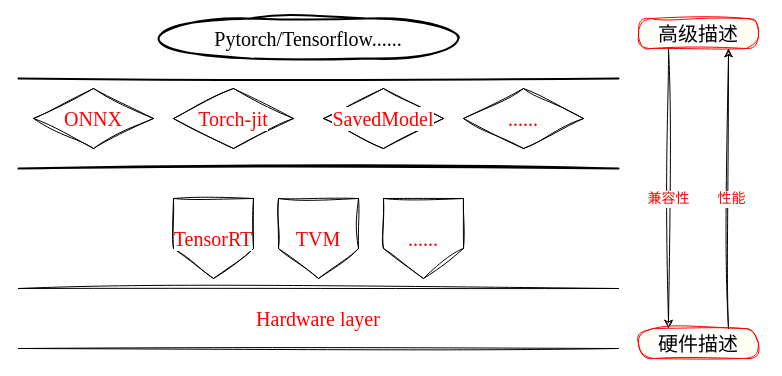
This is page "Page-10" (10 of 16) of Untitled Diagram.drawio from fangwater/Config, a draw.io file, before an edit. Source tidied: cells renumbered, new cells numbered last; positions are measured from the earlier drawing's top-left corner, leaving out a move shared by most shapes. Both pictures are drawn from the tidied source at 100%, with x=0, y=0 at pixel (18, 18).
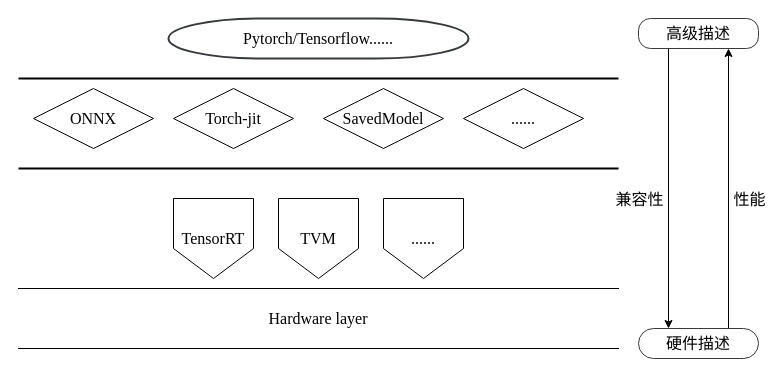
The same diagram, later.

Change to the diagram source:
```diff
@@
-    <mxCell id="2" value="Pytorch/Tensorflow......" style="strokeWidth=2;html=1;shape=mxgraph.flowchart.terminator;whiteSpace=wrap;labelBackgroundColor=#FFFFFF;sketch=1;hachureGap=4;jiggle=2;curveFitting=1;fontFamily=Times New Roman;fontSize=20;fontColor=#000000;" parent="1" vertex="1">
-      <mxGeometry x="140" width="300" height="40" as="geometry" />
+    <mxCell id="2" value="Pytorch/Tensorflow......" style="strokeWidth=2;html=1;shape=mxgraph.flowchart.terminator;whiteSpace=wrap;labelBackgroundColor=none;hachureGap=4;fontFamily=Times New Roman;fontSize=16;fillColor=none;strokeColor=#36393d;labelBorderColor=none;shadow=0;" parent="1" vertex="1">
+      <mxGeometry x="150" width="300" height="40" as="geometry" />
     </mxCell>
-    <mxCell id="3" value="ONNX" style="shape=rhombus;perimeter=rhombusPerimeter;whiteSpace=wrap;html=1;align=center;labelBackgroundColor=#FFFFFF;sketch=1;hachureGap=4;jiggle=2;curveFitting=1;fontFamily=Times New Roman;fontSize=20;fontColor=#FF0000;" parent="1" vertex="1">
+    <mxCell id="3" value="ONNX" style="shape=rhombus;perimeter=rhombusPerimeter;whiteSpace=wrap;html=1;align=center;labelBackgroundColor=none;hachureGap=4;fontFamily=Times New Roman;fontSize=16;fontColor=default;labelBorderColor=none;" parent="1" vertex="1">
       <mxGeometry x="15" y="70" width="120" height="60" as="geometry" />
     </mxCell>
-    <mxCell id="4" value="Torch-jit" style="shape=rhombus;perimeter=rhombusPerimeter;whiteSpace=wrap;html=1;align=center;labelBackgroundColor=#FFFFFF;sketch=1;hachureGap=4;jiggle=2;curveFitting=1;fontFamily=Times New Roman;fontSize=20;fontColor=#FF0000;" parent="1" vertex="1">
+    <mxCell id="4" value="Torch-jit" style="shape=rhombus;perimeter=rhombusPerimeter;whiteSpace=wrap;html=1;align=center;labelBackgroundColor=none;hachureGap=4;fontFamily=Times New Roman;fontSize=16;fontColor=default;labelBorderColor=none;" parent="1" vertex="1">
       <mxGeometry x="155" y="70" width="120" height="60" as="geometry" />
     </mxCell>
-    <mxCell id="5" value="SavedModel" style="shape=rhombus;perimeter=rhombusPerimeter;whiteSpace=wrap;html=1;align=center;labelBackgroundColor=#FFFFFF;sketch=1;hachureGap=4;jiggle=2;curveFitting=1;fontFamily=Times New Roman;fontSize=20;fontColor=#FF0000;" parent="1" vertex="1">
+    <mxCell id="5" value="SavedModel" style="shape=rhombus;perimeter=rhombusPerimeter;whiteSpace=wrap;html=1;align=center;labelBackgroundColor=none;hachureGap=4;fontFamily=Times New Roman;fontSize=16;fontColor=default;labelBorderColor=none;" parent="1" vertex="1">
       <mxGeometry x="305" y="70" width="120" height="60" as="geometry" />
     </mxCell>
-    <mxCell id="6" value="......" style="shape=rhombus;perimeter=rhombusPerimeter;whiteSpace=wrap;html=1;align=center;labelBackgroundColor=#FFFFFF;sketch=1;hachureGap=4;jiggle=2;curveFitting=1;fontFamily=Times New Roman;fontSize=20;fontColor=#FF0000;" parent="1" vertex="1">
+    <mxCell id="6" value="......" style="shape=rhombus;perimeter=rhombusPerimeter;whiteSpace=wrap;html=1;align=center;labelBackgroundColor=none;hachureGap=4;fontFamily=Times New Roman;fontSize=16;fontColor=default;labelBorderColor=none;" parent="1" vertex="1">
       <mxGeometry x="445" y="70" width="120" height="60" as="geometry" />
     </mxCell>
-    <mxCell id="7" style="line;strokeWidth=2;html=1;labelBackgroundColor=#FFFFFF;sketch=1;hachureGap=4;jiggle=2;curveFitting=1;fontFamily=Times New Roman;fontSize=20;fontColor=#FF0000;" parent="1" vertex="1">
+    <mxCell id="7" style="line;strokeWidth=2;html=1;labelBackgroundColor=none;hachureGap=4;fontFamily=Times New Roman;fontSize=16;fontColor=default;labelBorderColor=none;" parent="1" vertex="1">
       <mxGeometry y="120" width="600" height="60" as="geometry" />
     </mxCell>
-    <mxCell id="8" style="line;strokeWidth=2;html=1;labelBackgroundColor=#FFFFFF;sketch=1;hachureGap=4;jiggle=2;curveFitting=1;fontFamily=Times New Roman;fontSize=20;fontColor=#FF0000;" parent="1" vertex="1">
+    <mxCell id="8" style="line;strokeWidth=2;html=1;labelBackgroundColor=none;hachureGap=4;fontFamily=Times New Roman;fontSize=16;fontColor=default;labelBorderColor=none;" parent="1" vertex="1">
       <mxGeometry y="30" width="600" height="60" as="geometry" />
     </mxCell>
-    <mxCell id="9" value="Hardware layer" style="shape=partialRectangle;whiteSpace=wrap;html=1;left=0;right=0;fillColor=none;labelBackgroundColor=#FFFFFF;sketch=1;hachureGap=4;jiggle=2;curveFitting=1;fontFamily=Times New Roman;fontSize=20;fontColor=#FF0000;" parent="1" vertex="1">
+    <mxCell id="9" value="Hardware layer" style="shape=partialRectangle;whiteSpace=wrap;html=1;left=0;right=0;fillColor=none;labelBackgroundColor=none;hachureGap=4;fontFamily=Times New Roman;fontSize=16;fontColor=default;labelBorderColor=none;" parent="1" vertex="1">
       <mxGeometry y="270" width="600" height="60" as="geometry" />
     </mxCell>
-    <mxCell id="10" value="TensorRT" style="shape=offPageConnector;whiteSpace=wrap;html=1;labelBackgroundColor=#FFFFFF;sketch=1;hachureGap=4;jiggle=2;curveFitting=1;fontFamily=Times New Roman;fontSize=20;fontColor=#FF0000;" parent="1" vertex="1">
+    <mxCell id="10" value="TensorRT" style="shape=offPageConnector;whiteSpace=wrap;html=1;labelBackgroundColor=none;hachureGap=4;fontFamily=Times New Roman;fontSize=16;fontColor=default;labelBorderColor=none;" parent="1" vertex="1">
       <mxGeometry x="155" y="180" width="80" height="80" as="geometry" />
     </mxCell>
-    <mxCell id="11" value="TVM" style="shape=offPageConnector;whiteSpace=wrap;html=1;labelBackgroundColor=#FFFFFF;sketch=1;hachureGap=4;jiggle=2;curveFitting=1;fontFamily=Times New Roman;fontSize=20;fontColor=#FF0000;" parent="1" vertex="1">
+    <mxCell id="11" value="TVM" style="shape=offPageConnector;whiteSpace=wrap;html=1;labelBackgroundColor=none;hachureGap=4;fontFamily=Times New Roman;fontSize=16;fontColor=default;labelBorderColor=none;" parent="1" vertex="1">
       <mxGeometry x="260" y="180" width="80" height="80" as="geometry" />
     </mxCell>
-    <mxCell id="12" value="......" style="shape=offPageConnector;whiteSpace=wrap;html=1;labelBackgroundColor=#FFFFFF;sketch=1;hachureGap=4;jiggle=2;curveFitting=1;fontFamily=Times New Roman;fontSize=20;fontColor=#FF0000;" parent="1" vertex="1">
+    <mxCell id="12" value="......" style="shape=offPageConnector;whiteSpace=wrap;html=1;labelBackgroundColor=none;hachureGap=4;fontFamily=Times New Roman;fontSize=16;fontColor=default;labelBorderColor=none;rounded=0;" parent="1" vertex="1">
       <mxGeometry x="365" y="180" width="80" height="80" as="geometry" />
     </mxCell>
-    <mxCell id="13" style="edgeStyle=orthogonalEdgeStyle;rounded=0;sketch=1;hachureGap=4;jiggle=2;curveFitting=1;jettySize=auto;html=1;exitX=0.25;exitY=1;exitDx=0;exitDy=0;entryX=0.25;entryY=0;entryDx=0;entryDy=0;labelBackgroundColor=#FF0000;fontFamily=Times New Roman;fontSize=14;fontColor=#FF0000;" parent="1" edge="1" source="15" target="18">
+    <mxCell id="13" style="edgeStyle=orthogonalEdgeStyle;rounded=0;hachureGap=4;jettySize=auto;html=1;exitX=0.25;exitY=1;exitDx=0;exitDy=0;entryX=0.25;entryY=0;entryDx=0;entryDy=0;labelBackgroundColor=none;fontFamily=Times New Roman;fontSize=16;fontColor=default;labelBorderColor=none;" parent="1" edge="1" source="15" target="18">
       <mxGeometry relative="1" as="geometry" />
     </mxCell>
-    <mxCell id="14" value="兼容性" style="edgeLabel;html=1;align=center;verticalAlign=middle;fontSize=14;fontFamily=Times New Roman;fontColor=#FF0000;" parent="13" vertex="1">
+    <mxCell id="14" value="兼容性" style="edgeLabel;html=1;align=center;verticalAlign=middle;fontSize=16;fontFamily=Times New Roman;fontColor=default;labelBorderColor=none;labelBackgroundColor=none;" parent="13" vertex="1">
       <mxGeometry x="-0.18" y="-1" relative="1" as="geometry">
-        <mxPoint y="35" as="offset" />
+        <mxPoint x="-29" y="35" as="offset" />
       </mxGeometry>
     </mxCell>
-    <mxCell id="15" value="高级描述" style="rounded=1;whiteSpace=wrap;html=1;arcSize=40;fontColor=#000000;fillColor=#ffffc0;strokeColor=#ff0000;labelBackgroundColor=#FFFFFF;sketch=1;hachureGap=4;jiggle=2;curveFitting=1;fontFamily=Times New Roman;fontSize=20;" parent="1" vertex="1">
+    <mxCell id="15" value="高级描述" style="rounded=1;whiteSpace=wrap;html=1;arcSize=40;fillColor=default;strokeColor=#36393d;labelBackgroundColor=none;hachureGap=4;fontFamily=Times New Roman;fontSize=16;labelBorderColor=none;" parent="1" vertex="1">
       <mxGeometry x="620" width="120" height="30" as="geometry" />
     </mxCell>
-    <mxCell id="16" style="edgeStyle=orthogonalEdgeStyle;rounded=0;sketch=1;hachureGap=4;jiggle=2;curveFitting=1;jettySize=auto;html=1;exitX=0.75;exitY=0;exitDx=0;exitDy=0;entryX=0.75;entryY=1;entryDx=0;entryDy=0;labelBackgroundColor=#FF0000;fontFamily=Times New Roman;fontSize=16;fontColor=#FF0000;" parent="1" edge="1" source="18" target="15">
+    <mxCell id="16" style="edgeStyle=orthogonalEdgeStyle;rounded=0;hachureGap=4;jettySize=auto;html=1;exitX=0.75;exitY=0;exitDx=0;exitDy=0;entryX=0.75;entryY=1;entryDx=0;entryDy=0;labelBackgroundColor=none;fontFamily=Times New Roman;fontSize=16;fontColor=default;labelBorderColor=none;" parent="1" edge="1" source="18" target="15">
       <mxGeometry relative="1" as="geometry" />
     </mxCell>
-    <mxCell id="17" value="性能" style="edgeLabel;html=1;align=center;verticalAlign=middle;fontSize=14;fontFamily=Times New Roman;fontColor=#FF0000;" parent="16" vertex="1">
+    <mxCell id="17" value="性能" style="edgeLabel;html=1;align=center;verticalAlign=middle;fontSize=16;fontFamily=Times New Roman;fontColor=default;labelBorderColor=none;labelBackgroundColor=none;" parent="16" vertex="1">
       <mxGeometry x="-0.13" y="-2" relative="1" as="geometry">
-        <mxPoint y="-8" as="offset" />
+        <mxPoint x="18" y="-8" as="offset" />
       </mxGeometry>
     </mxCell>
-    <mxCell id="18" value="硬件描述" style="rounded=1;whiteSpace=wrap;html=1;arcSize=50;fontColor=#000000;fillColor=#ffffc0;strokeColor=#ff0000;labelBackgroundColor=#FFFFFF;sketch=1;hachureGap=4;jiggle=2;curveFitting=1;fontFamily=Times New Roman;fontSize=20;" parent="1" vertex="1">
+    <mxCell id="18" value="硬件描述" style="rounded=1;whiteSpace=wrap;html=1;arcSize=50;fillColor=none;strokeColor=#36393d;labelBackgroundColor=none;hachureGap=4;fontFamily=Times New Roman;fontSize=16;labelBorderColor=none;" parent="1" vertex="1">
       <mxGeometry x="620" y="310" width="120" height="30" as="geometry" />
     </mxCell>
```
